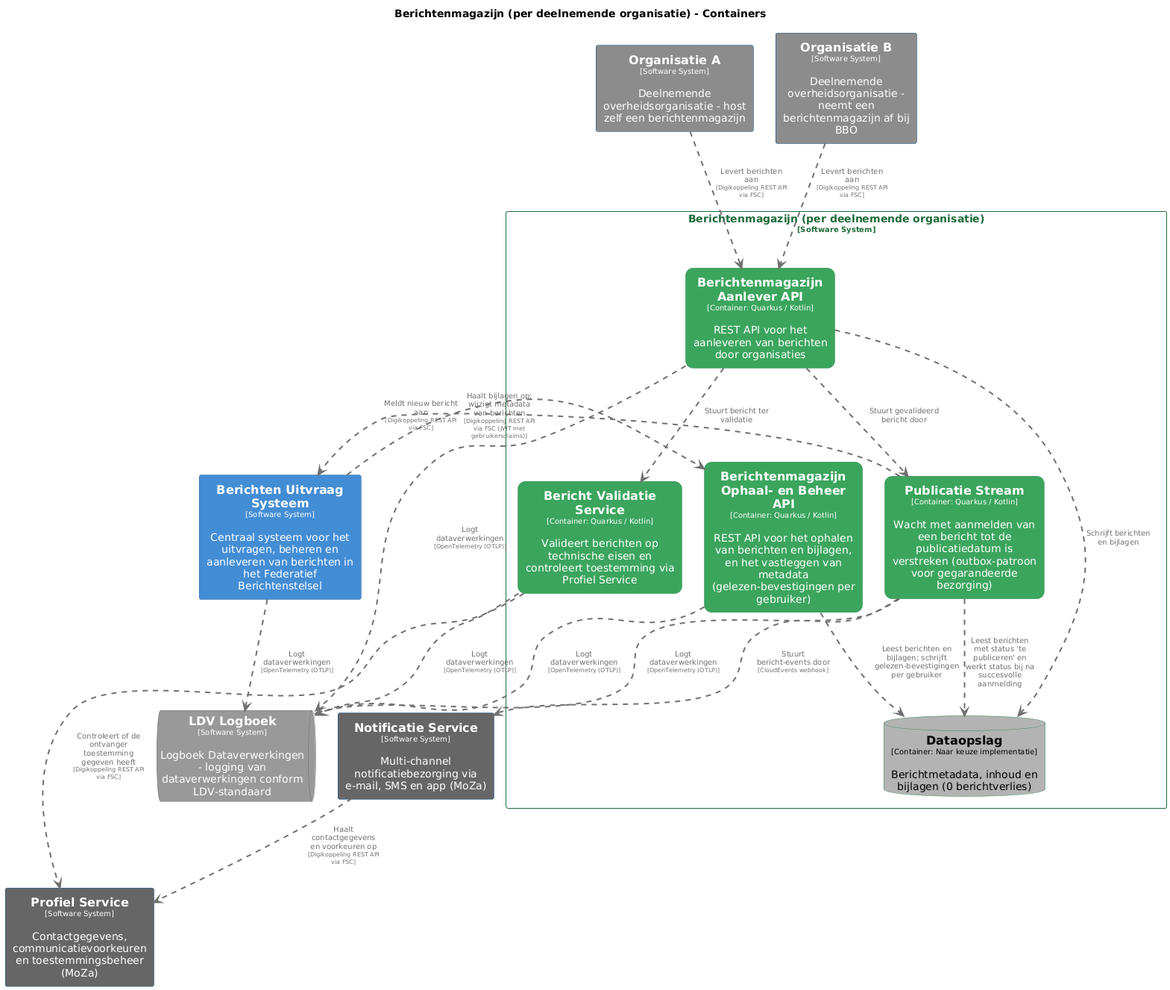
The PlantUML diagram pr-preview/pr-22/master/png/BerichtenmagazijnContainers.png in MinBZK/moza-poc-fbs-berichtenbox, before a commit.
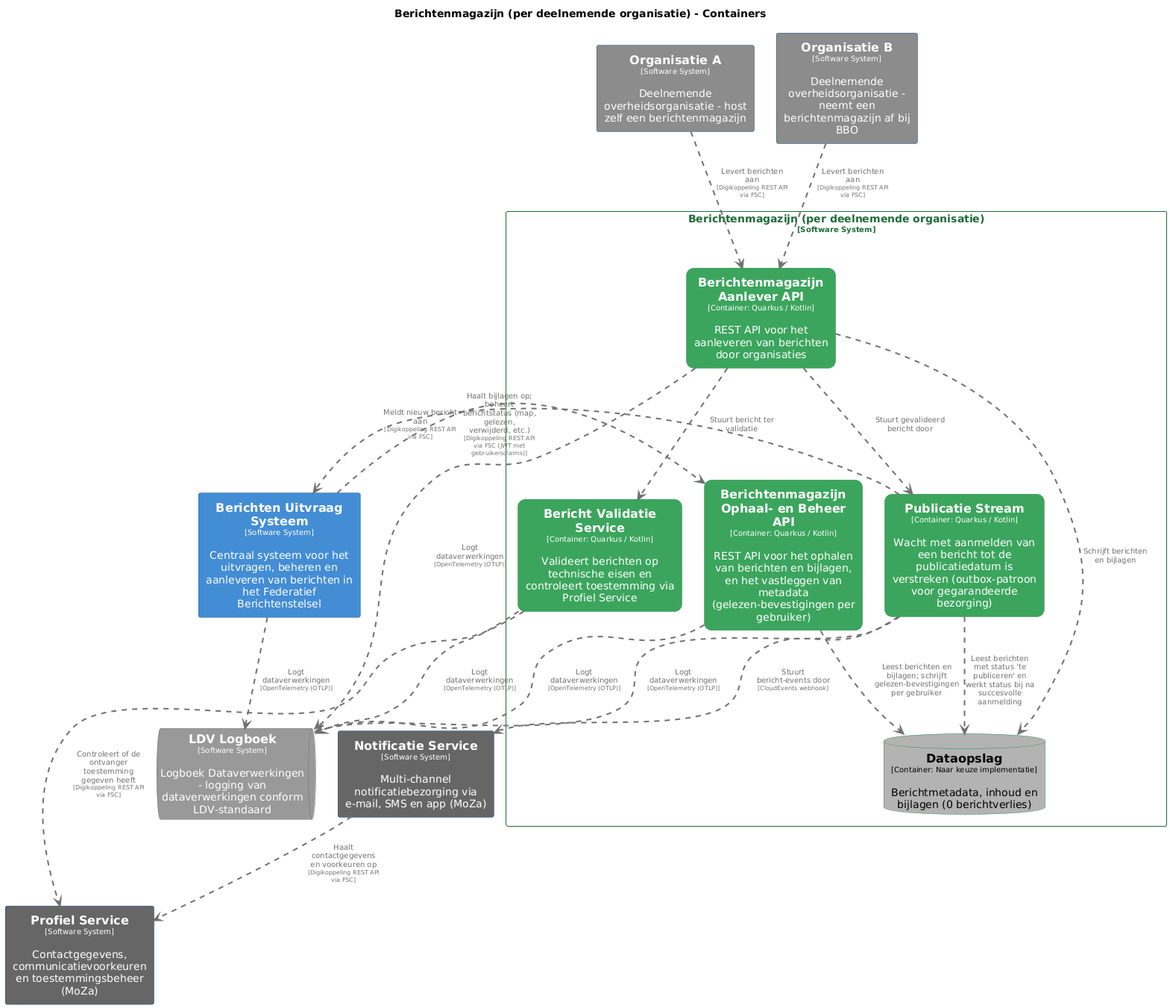
Later version of the same file.

The edit, as a diff of the source:
```diff
@@ -116,7 +116,7 @@
 Berichtenmagazijnperdeelnemendeorganisatie.BerichtenmagazijnAanleverAPI .[#707070,thickness=2].> Berichtenmagazijnperdeelnemendeorganisatie.BerichtValidatieService : "<color:#707070>Stuurt bericht ter validatie"
 Berichtenmagazijnperdeelnemendeorganisatie.BerichtenmagazijnAanleverAPI .[#707070,thickness=2].> Berichtenmagazijnperdeelnemendeorganisatie.PublicatieStream : "<color:#707070>Stuurt gevalideerd bericht door"
 Berichtenmagazijnperdeelnemendeorganisatie.PublicatieStream .[#707070,thickness=2].> Berichtenmagazijnperdeelnemendeorganisatie.Dataopslag : "<color:#707070>Leest berichten met status 'te publiceren' en werkt status bij na succesvolle aanmelding"
-BerichtenUitvraagSysteem .[#707070,thickness=2].> Berichtenmagazijnperdeelnemendeorganisatie.BerichtenmagazijnOphaalenBeheerAPI : "<color:#707070>Haalt bijlagen op; wijzigt metadata van berichten\n<color:#707070><size:8>[Digikoppeling REST API via FSC (JWT met gebruikersclaims)]</size>"
+BerichtenUitvraagSysteem .[#707070,thickness=2].> Berichtenmagazijnperdeelnemendeorganisatie.BerichtenmagazijnOphaalenBeheerAPI : "<color:#707070>Haalt bijlagen op; beheert berichtstatus (map, gelezen, verwijderd, etc.)\n<color:#707070><size:8>[Digikoppeling REST API via FSC (JWT met gebruikersclaims)]</size>"
 Berichtenmagazijnperdeelnemendeorganisatie.PublicatieStream .[#707070,thickness=2].> BerichtenUitvraagSysteem : "<color:#707070>Meldt nieuw bericht aan\n<color:#707070><size:8>[Digikoppeling REST API via FSC]</size>"
 Berichtenmagazijnperdeelnemendeorganisatie.PublicatieStream .[#707070,thickness=2].> NotificatieService : "<color:#707070>Stuurt bericht-events door\n<color:#707070><size:8>[CloudEvents webhook]</size>"
 NotificatieService .[#707070,thickness=2].> ProfielService : "<color:#707070>Haalt contactgegevens en voorkeuren op\n<color:#707070><size:8>[Digikoppeling REST API via FSC]</size>"
```
